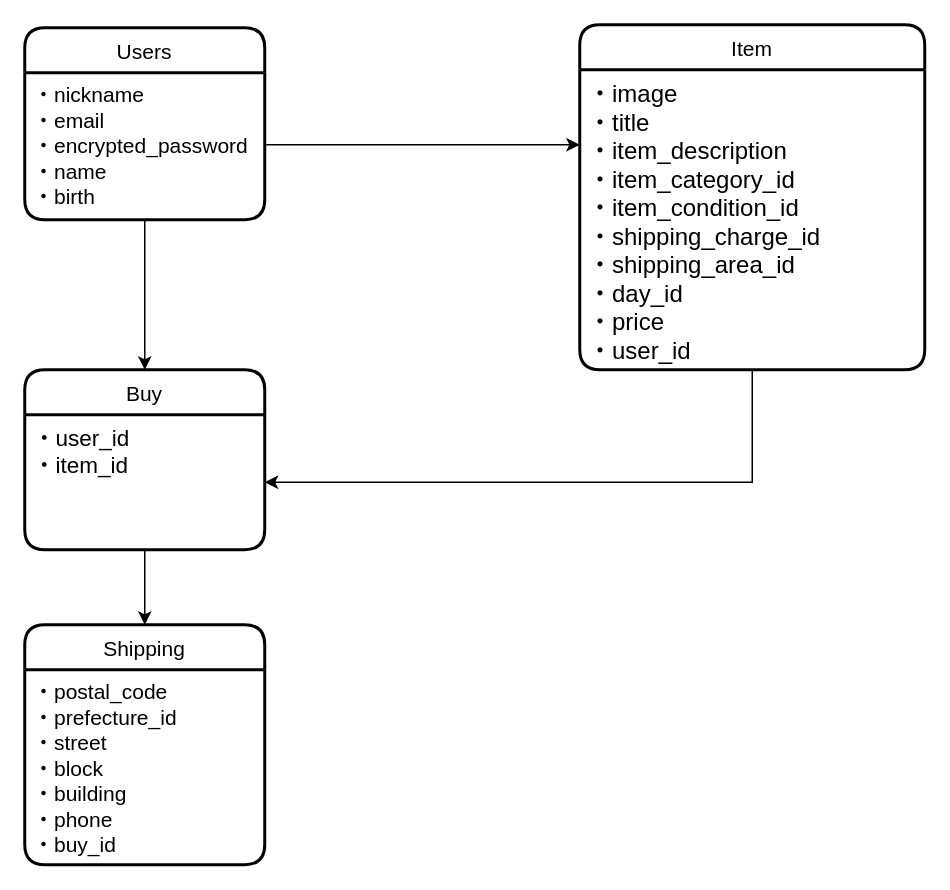
Before: furima.dio in kenta6kmg/furima-35598, a draw.io diagram. Source tidied: cells renumbered, new cells numbered last; positions are measured from the earlier drawing's top-left corner, leaving out a move shared by most shapes. Both pictures are drawn from the tidied source at 150%, with x=0, y=0 at pixel (24, 24).
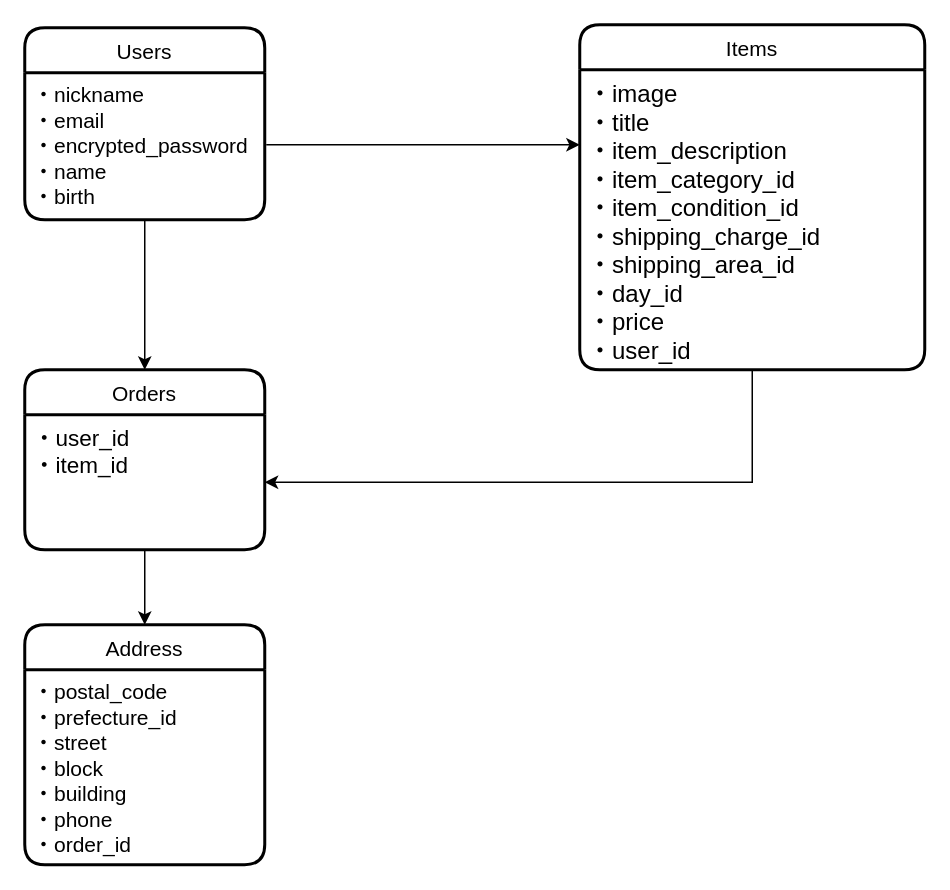
The same page after the edit.

Change to the diagram source:
```diff
@@
 <mxGraphModel>
   <root>
     <mxCell id="0" />
     <mxCell id="1" parent="0" />
     <mxCell id="2" value="Users" style="swimlane;horizontal=1;startSize=30;rounded=1;fontSize=14;fontStyle=0;strokeWidth=2;shadow=0;dashed=0;align=center;" parent="1" vertex="1">
       <mxGeometry y="2" width="160" height="128" as="geometry" />
     </mxCell>
     <mxCell id="3" value="・nickname&#10;・email&#10;・encrypted_password&#10;・name&#10;・birth&#10;" style="align=left;strokeColor=none;fillColor=none;spacingLeft=4;fontSize=14;verticalAlign=top;" parent="2" vertex="1">
       <mxGeometry y="30" width="160" height="98" as="geometry" />
     </mxCell>
-    <mxCell id="4" value="Item" style="swimlane;horizontal=1;startSize=30;rounded=1;fontSize=14;fontStyle=0;strokeWidth=2;shadow=0;dashed=0;align=center;" parent="1" vertex="1">
+    <mxCell id="4" value="Items" style="swimlane;horizontal=1;startSize=30;rounded=1;fontSize=14;fontStyle=0;strokeWidth=2;shadow=0;dashed=0;align=center;" parent="1" vertex="1">
       <mxGeometry x="370" width="230" height="230" as="geometry" />
     </mxCell>
     <mxCell id="5" value="・image&#10;・title&#10;・item_description&#10;・item_category_id&#10;・item_condition_id&#10;・shipping_charge_id&#10;・shipping_area_id&#10;・day_id&#10;・price&#10;・user_id&#10;" style="align=left;strokeColor=none;fillColor=none;spacingLeft=4;fontSize=16;verticalAlign=top;" parent="4" vertex="1">
       <mxGeometry y="30" width="230" height="200" as="geometry" />
     </mxCell>
-    <mxCell id="6" value="Buy" style="swimlane;horizontal=1;startSize=30;rounded=1;fontSize=14;fontStyle=0;strokeWidth=2;shadow=0;dashed=0;align=center;" parent="1" vertex="1">
+    <mxCell id="6" value="Orders" style="swimlane;horizontal=1;startSize=30;rounded=1;fontSize=14;fontStyle=0;strokeWidth=2;shadow=0;dashed=0;align=center;" parent="1" vertex="1">
       <mxGeometry y="230" width="160" height="120" as="geometry" />
     </mxCell>
     <mxCell id="7" value="・user_id&#10;・item_id" style="align=left;strokeColor=none;fillColor=none;spacingLeft=4;fontSize=15;verticalAlign=top;" parent="6" vertex="1">
       <mxGeometry y="30" width="160" height="90" as="geometry" />
     </mxCell>
-    <mxCell id="8" value="Shipping" style="swimlane;horizontal=1;startSize=30;rounded=1;fontSize=14;fontStyle=0;strokeWidth=2;shadow=0;dashed=0;align=center;" parent="1" vertex="1">
+    <mxCell id="8" value="Address" style="swimlane;horizontal=1;startSize=30;rounded=1;fontSize=14;fontStyle=0;strokeWidth=2;shadow=0;dashed=0;align=center;" parent="1" vertex="1">
       <mxGeometry y="400" width="160" height="160" as="geometry" />
     </mxCell>
-    <mxCell id="9" value="・postal_code&#10;・prefecture_id&#10;・street&#10;・block&#10;・building&#10;・phone&#10;・buy_id" style="align=left;strokeColor=none;fillColor=none;spacingLeft=4;fontSize=14;verticalAlign=top;" parent="8" vertex="1">
+    <mxCell id="9" value="・postal_code&#10;・prefecture_id&#10;・street&#10;・block&#10;・building&#10;・phone&#10;・order_id" style="align=left;strokeColor=none;fillColor=none;spacingLeft=4;fontSize=14;verticalAlign=top;" parent="8" vertex="1">
       <mxGeometry y="30" width="160" height="130" as="geometry" />
     </mxCell>
     <mxCell id="10" style="edgeStyle=orthogonalEdgeStyle;rounded=0;jettySize=auto;html=1;entryX=0;entryY=0.25;entryDx=0;entryDy=0;fontSize=15;" parent="1" edge="1" target="5">
       <mxGeometry relative="1" as="geometry">
         <mxPoint x="161" y="80" as="sourcePoint" />
         <Array as="points">
           <mxPoint x="161" y="80" />
         </Array>
       </mxGeometry>
     </mxCell>
     <mxCell id="11" style="edgeStyle=orthogonalEdgeStyle;rounded=0;jettySize=auto;html=1;exitX=0.5;exitY=1;exitDx=0;exitDy=0;entryX=0.5;entryY=0;entryDx=0;entryDy=0;fontSize=15;" parent="1" edge="1" source="3" target="6">
       <mxGeometry relative="1" as="geometry" />
     </mxCell>
     <mxCell id="12" style="edgeStyle=orthogonalEdgeStyle;rounded=0;jettySize=auto;html=1;exitX=0.5;exitY=1;exitDx=0;exitDy=0;entryX=1;entryY=0.5;entryDx=0;entryDy=0;fontSize=15;" parent="1" edge="1" source="5" target="7">
       <mxGeometry relative="1" as="geometry" />
     </mxCell>
     <mxCell id="13" style="edgeStyle=orthogonalEdgeStyle;rounded=0;jettySize=auto;html=1;exitX=0.5;exitY=1;exitDx=0;exitDy=0;entryX=0.5;entryY=0;entryDx=0;entryDy=0;fontSize=15;" parent="1" edge="1" source="7" target="8">
       <mxGeometry relative="1" as="geometry" />
     </mxCell>
   </root>
 </mxGraphModel>
```
